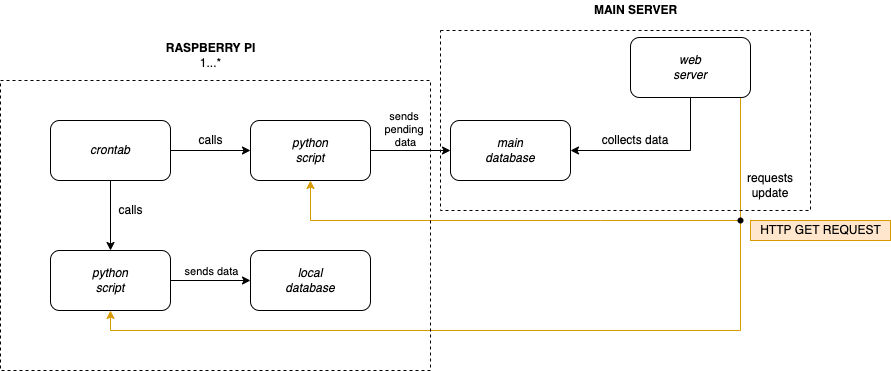
This is workflow/workflow_image.png from pedro-carmine/network-monitoring-raspberry, a draw.io export, as it was before one commit. Source tidied: cells renumbered, new cells last; positions are measured from the earlier drawing's top-left corner, leaving out a move shared by most shapes.
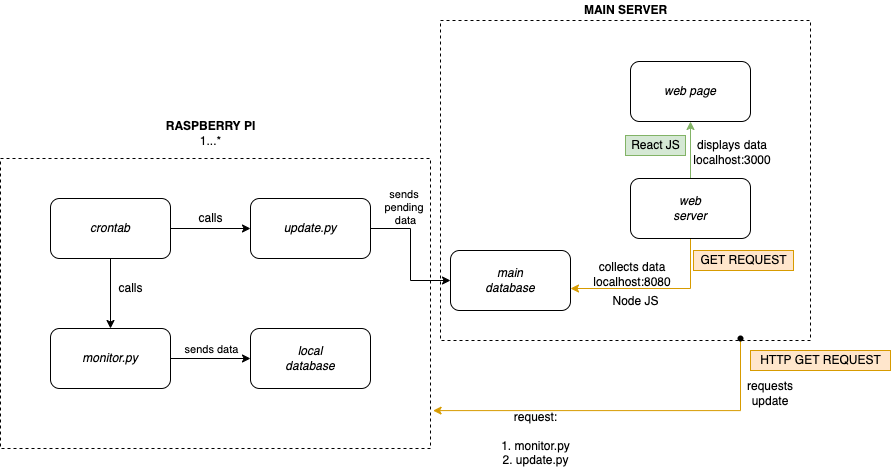
The same diagram one commit later.

What changed in the source:
```diff
@@ -2,6 +2,12 @@
   <root>
     <mxCell id="0" />
     <mxCell id="1" parent="0" />
+    <mxCell id="24" style="rounded=0;whiteSpace=wrap;html=1;fillColor=none;dashed=1;" parent="1" vertex="1">
+      <mxGeometry x="440" y="-58" width="370" height="320" as="geometry" />
+    </mxCell>
+    <mxCell id="22" style="rounded=0;whiteSpace=wrap;html=1;fillColor=none;dashed=1;" parent="1" vertex="1">
+      <mxGeometry y="80" width="430" height="290" as="geometry" />
+    </mxCell>
     <mxCell id="2" style="edgeStyle=orthogonalEdgeStyle;rounded=0;jettySize=auto;html=1;exitX=0.5;exitY=1;exitDx=0;exitDy=0;entryX=0.5;entryY=0;entryDx=0;entryDy=0;" parent="1" edge="1" source="4" target="7">
       <mxGeometry relative="1" as="geometry" />
     </mxCell>
@@ -21,7 +27,7 @@
         <mxPoint x="-14" y="-12" as="offset" />
       </mxGeometry>
     </mxCell>
-    <mxCell id="7" value="python&lt;br&gt;script" style="rounded=1;whiteSpace=wrap;html=1;fontStyle=2;" parent="1" vertex="1">
+    <mxCell id="7" value="monitor.py" style="rounded=1;whiteSpace=wrap;html=1;fontStyle=2;" parent="1" vertex="1">
       <mxGeometry x="50" y="250" width="120" height="60" as="geometry" />
     </mxCell>
     <mxCell id="8" value="calls" style="text;html=1;align=center;verticalAlign=middle;strokeColor=none;fillColor=none;" parent="1" vertex="1">
@@ -33,67 +39,76 @@
     <mxCell id="10" style="edgeStyle=orthogonalEdgeStyle;rounded=0;jettySize=auto;html=1;exitX=1;exitY=0.5;exitDx=0;exitDy=0;entryX=0;entryY=0.5;entryDx=0;entryDy=0;" parent="1" edge="1" source="11" target="13">
       <mxGeometry relative="1" as="geometry" />
     </mxCell>
-    <mxCell id="11" value="python&lt;br&gt;script" style="rounded=1;whiteSpace=wrap;html=1;fontStyle=2;" parent="1" vertex="1">
+    <mxCell id="11" value="update.py" style="rounded=1;whiteSpace=wrap;html=1;fontStyle=2;" parent="1" vertex="1">
       <mxGeometry x="250" y="120" width="120" height="60" as="geometry" />
     </mxCell>
     <mxCell id="12" value="calls" style="text;html=1;align=center;verticalAlign=middle;strokeColor=none;fillColor=none;" parent="1" vertex="1">
       <mxGeometry x="190" y="130" width="40" height="20" as="geometry" />
     </mxCell>
     <mxCell id="13" value="main&lt;br&gt;database" style="rounded=1;whiteSpace=wrap;html=1;fontStyle=2;" parent="1" vertex="1">
-      <mxGeometry x="450" y="120" width="120" height="60" as="geometry" />
+      <mxGeometry x="450" y="172" width="120" height="60" as="geometry" />
     </mxCell>
     <mxCell id="14" value="sends &lt;br&gt;pending &lt;br&gt;data" style="edgeLabel;html=1;align=center;verticalAlign=middle;" parent="1" vertex="1">
       <mxGeometry x="410" y="130" as="geometry">
         <mxPoint x="-6" y="-2" as="offset" />
       </mxGeometry>
     </mxCell>
-    <mxCell id="15" style="edgeStyle=orthogonalEdgeStyle;rounded=0;jettySize=auto;html=1;exitX=0.75;exitY=1;exitDx=0;exitDy=0;entryX=0.5;entryY=1;entryDx=0;entryDy=0;fillColor=#ffe6cc;strokeColor=#d79b00;" parent="1" edge="1" target="7">
-      <mxGeometry relative="1" as="geometry">
-        <mxPoint x="740" y="80" as="sourcePoint" />
-        <Array as="points">
-          <mxPoint x="740" y="330" />
-          <mxPoint x="110" y="330" />
-        </Array>
-      </mxGeometry>
-    </mxCell>
-    <mxCell id="16" value="collects data" style="text;html=1;strokeColor=none;fillColor=none;align=center;verticalAlign=middle;whiteSpace=wrap;rounded=0;" parent="1" vertex="1">
-      <mxGeometry x="590" y="125" width="90" height="30" as="geometry" />
+    <mxCell id="16" value="collects data&lt;br&gt;localhost:8080" style="text;html=1;strokeColor=none;fillColor=none;align=center;verticalAlign=middle;whiteSpace=wrap;rounded=0;" parent="1" vertex="1">
+      <mxGeometry x="587" y="181" width="90" height="30" as="geometry" />
     </mxCell>
-    <mxCell id="17" style="edgeStyle=orthogonalEdgeStyle;rounded=0;jettySize=auto;html=1;exitX=0.5;exitY=1;exitDx=0;exitDy=0;entryX=1;entryY=0.5;entryDx=0;entryDy=0;" parent="1" edge="1" source="18" target="13">
-      <mxGeometry relative="1" as="geometry" />
+    <mxCell id="17" style="edgeStyle=orthogonalEdgeStyle;rounded=0;jettySize=auto;html=1;exitX=0.5;exitY=1;exitDx=0;exitDy=0;fillColor=#ffe6cc;strokeColor=#d79b00;" parent="1" edge="1" source="18" target="13">
+      <mxGeometry relative="1" as="geometry">
+        <Array as="points">
+          <mxPoint x="690" y="210" />
+        </Array>
+      </mxGeometry>
     </mxCell>
+    <mxCell id="27" style="edgeStyle=orthogonalEdgeStyle;rounded=0;jettySize=auto;html=1;exitX=0.5;exitY=0;exitDx=0;exitDy=0;entryX=0.5;entryY=1;entryDx=0;entryDy=0;fillColor=#d5e8d4;strokeColor=#82b366;" parent="1" edge="1" source="18" target="31">
+      <mxGeometry relative="1" as="geometry" />
+    </mxCell>
     <mxCell id="18" value="&lt;i&gt;web&lt;br&gt;server&lt;br&gt;&lt;/i&gt;" style="rounded=1;whiteSpace=wrap;html=1;" parent="1" vertex="1">
-      <mxGeometry x="630" y="37" width="120" height="60" as="geometry" />
+      <mxGeometry x="630" y="100" width="120" height="60" as="geometry" />
     </mxCell>
     <mxCell id="19" value="requests&lt;br&gt;update" style="text;html=1;strokeColor=none;fillColor=none;align=center;verticalAlign=middle;whiteSpace=wrap;rounded=0;" parent="1" vertex="1">
-      <mxGeometry x="740" y="170" width="60" height="30" as="geometry" />
+      <mxGeometry x="740" y="300" width="60" height="30" as="geometry" />
     </mxCell>
-    <mxCell id="20" style="endArrow=classic;html=1;rounded=0;entryX=0.5;entryY=1;entryDx=0;entryDy=0;fillColor=#ffe6cc;strokeColor=#d79b00;" parent="1" edge="1" target="11">
-      <mxGeometry relative="1" as="geometry">
-        <mxPoint x="740" y="220" as="sourcePoint" />
-        <Array as="points">
-          <mxPoint x="600" y="220" />
-          <mxPoint x="310" y="220" />
-        </Array>
-      </mxGeometry>
-    </mxCell>
+    <mxCell id="28" style="edgeStyle=orthogonalEdgeStyle;rounded=0;jettySize=auto;html=1;entryX=1.006;entryY=0.69;entryDx=0;entryDy=0;entryPerimeter=0;fillColor=#ffe6cc;strokeColor=#d79b00;" parent="1" edge="1" source="21">
+      <mxGeometry relative="1" as="geometry">
+        <mxPoint x="432.6" y="332.1" as="targetPoint" />
+        <Array as="points">
+          <mxPoint x="740" y="332" />
+        </Array>
+      </mxGeometry>
+    </mxCell>
     <mxCell id="21" style="shape=waypoint;sketch=0;size=6;points=[];fillColor=none;perimeter=centerPerimeter;snapToPoint=1;rounded=1;" parent="1" vertex="1">
-      <mxGeometry x="720" y="200" width="40" height="40" as="geometry" />
+      <mxGeometry x="720" y="240" width="40" height="40" as="geometry" />
     </mxCell>
-    <mxCell id="22" style="rounded=0;whiteSpace=wrap;html=1;fillColor=none;dashed=1;" parent="1" vertex="1">
-      <mxGeometry y="80" width="430" height="290" as="geometry" />
-    </mxCell>
     <mxCell id="23" value="&lt;b&gt;RASPBERRY PI&lt;/b&gt;&lt;br&gt;1...*" style="text;html=1;align=center;verticalAlign=middle;strokeColor=none;fillColor=none;" parent="1" vertex="1">
       <mxGeometry x="160" y="40" width="100" height="30" as="geometry" />
     </mxCell>
-    <mxCell id="24" style="rounded=0;whiteSpace=wrap;html=1;fillColor=none;dashed=1;" parent="1" vertex="1">
-      <mxGeometry x="440" y="30" width="370" height="180" as="geometry" />
-    </mxCell>
     <mxCell id="25" value="&lt;b&gt;MAIN SERVER&lt;/b&gt;" style="text;html=1;align=center;verticalAlign=middle;strokeColor=none;fillColor=none;" parent="1" vertex="1">
-      <mxGeometry x="585" width="100" height="20" as="geometry" />
+      <mxGeometry x="575" y="-78" width="100" height="20" as="geometry" />
     </mxCell>
     <mxCell id="26" value="HTTP GET REQUEST" style="text;html=1;align=center;verticalAlign=middle;strokeColor=#d79b00;fillColor=#ffe6cc;" parent="1" vertex="1">
-      <mxGeometry x="750" y="220" width="140" height="20" as="geometry" />
+      <mxGeometry x="750" y="272" width="140" height="20" as="geometry" />
     </mxCell>
+    <mxCell id="29" value="request:&lt;br&gt;&lt;br&gt;1. monitor.py&lt;br&gt;2. update.py" style="text;html=1;align=center;verticalAlign=middle;strokeColor=none;fillColor=none;" parent="1" vertex="1">
+      <mxGeometry x="495" y="330" width="80" height="60" as="geometry" />
+    </mxCell>
+    <mxCell id="30" value="Node JS" style="text;html=1;align=center;verticalAlign=middle;strokeColor=none;fillColor=none;" parent="1" vertex="1">
+      <mxGeometry x="605" y="213" width="60" height="20" as="geometry" />
+    </mxCell>
+    <mxCell id="31" value="web page" style="rounded=1;whiteSpace=wrap;html=1;fontStyle=2;" parent="1" vertex="1">
+      <mxGeometry x="630" y="-17" width="120" height="60" as="geometry" />
+    </mxCell>
+    <mxCell id="32" value="displays data&lt;br&gt;localhost:3000" style="text;html=1;strokeColor=none;fillColor=none;align=center;verticalAlign=middle;whiteSpace=wrap;rounded=0;" parent="1" vertex="1">
+      <mxGeometry x="687" y="59" width="90" height="30" as="geometry" />
+    </mxCell>
+    <mxCell id="33" value="React JS" style="text;html=1;align=center;verticalAlign=middle;strokeColor=#82b366;fillColor=#d5e8d4;" parent="1" vertex="1">
+      <mxGeometry x="625" y="57" width="60" height="20" as="geometry" />
+    </mxCell>
+    <mxCell id="34" value="GET REQUEST" style="text;html=1;align=center;verticalAlign=middle;strokeColor=#d79b00;fillColor=#ffe6cc;" parent="1" vertex="1">
+      <mxGeometry x="693" y="172" width="100" height="20" as="geometry" />
+    </mxCell>
   </root>
 </mxGraphModel>
```
